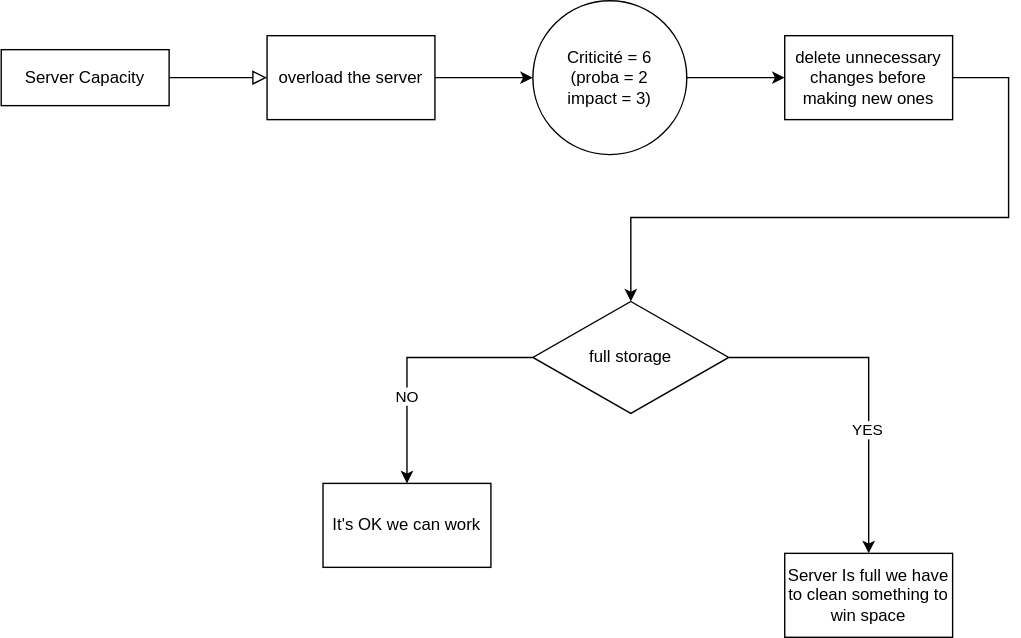
Earlier version of the draw.io export SAE S2_04.svg (nico38t/SAE-S2.04). Source tidied: cells renumbered, new cells last; positions are measured from the earlier drawing's top-left corner, leaving out a move shared by most shapes.
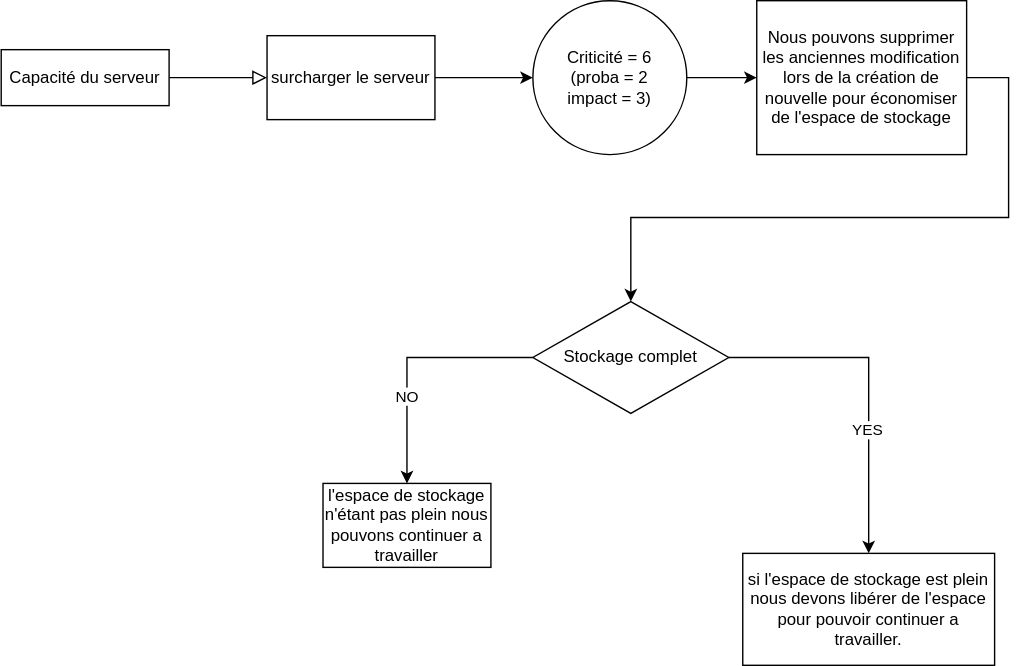
The same diagram one commit later.

Commit message:
Mettre à jour SAE S2_04.svg

Change to the diagram source:
```diff
@@ -5,10 +5,10 @@
     <mxCell id="2" style="rounded=0;html=1;jettySize=auto;fontSize=11;endArrow=block;endFill=0;endSize=8;strokeWidth=1;shadow=0;labelBackgroundColor=none;edgeStyle=orthogonalEdgeStyle;entryX=0;entryY=0.5;entryDx=0;entryDy=0;" parent="1" edge="1" source="3" target="4">
       <mxGeometry relative="1" as="geometry" />
     </mxCell>
-    <mxCell id="3" value="Server Capacity" style="rounded=1;whiteSpace=wrap;html=1;fontSize=12;glass=0;strokeWidth=1;shadow=0;arcSize=0;" parent="1" vertex="1">
+    <mxCell id="3" value="Capacité du serveur" style="rounded=1;whiteSpace=wrap;html=1;fontSize=12;glass=0;strokeWidth=1;shadow=0;arcSize=0;" parent="1" vertex="1">
       <mxGeometry y="35" width="120" height="40" as="geometry" />
     </mxCell>
-    <mxCell id="4" value="overload the server" style="rounded=0;whiteSpace=wrap;html=1;" parent="1" vertex="1">
+    <mxCell id="4" value="surcharger le serveur" style="rounded=0;whiteSpace=wrap;html=1;" parent="1" vertex="1">
       <mxGeometry x="190" y="25" width="120" height="60" as="geometry" />
     </mxCell>
     <mxCell id="5" value="Criticité = 6&lt;div&gt;(proba = 2&lt;/div&gt;&lt;div&gt;impact = 3)&lt;/div&gt;" style="ellipse;whiteSpace=wrap;html=1;" parent="1" vertex="1">
@@ -17,8 +17,8 @@
     <mxCell id="6" style="endArrow=classic;html=1;rounded=0;exitX=1;exitY=0.5;exitDx=0;exitDy=0;entryX=0;entryY=0.5;entryDx=0;entryDy=0;" parent="1" edge="1" source="4" target="5">
       <mxGeometry relative="1" as="geometry" />
     </mxCell>
-    <mxCell id="7" value="delete unnecessary changes before making new ones" style="rounded=0;whiteSpace=wrap;html=1;" parent="1" vertex="1">
-      <mxGeometry x="560" y="25" width="120" height="60" as="geometry" />
+    <mxCell id="7" value="Nous pouvons supprimer les anciennes modification lors de la création de nouvelle pour économiser de l'espace de stockage" style="rounded=0;whiteSpace=wrap;html=1;" parent="1" vertex="1">
+      <mxGeometry x="540" width="150" height="110" as="geometry" />
     </mxCell>
     <mxCell id="8" style="endArrow=classic;html=1;rounded=0;exitX=1;exitY=0.5;exitDx=0;exitDy=0;entryX=0;entryY=0.5;entryDx=0;entryDy=0;" parent="1" edge="1" source="5" target="7">
       <mxGeometry relative="1" as="geometry" />
@@ -34,7 +34,7 @@
         </Array>
       </mxGeometry>
     </mxCell>
-    <mxCell id="10" value="full storage" style="rhombus;whiteSpace=wrap;html=1;" parent="1" vertex="1">
+    <mxCell id="10" value="Stockage complet" style="rhombus;whiteSpace=wrap;html=1;" parent="1" vertex="1">
       <mxGeometry x="380" y="215" width="140" height="80" as="geometry" />
     </mxCell>
     <mxCell id="11" style="endArrow=classic;html=1;rounded=0;exitX=1;exitY=0.5;exitDx=0;exitDy=0;" parent="1" edge="1" source="10">
@@ -48,8 +48,8 @@
     <mxCell id="12" value="YES" style="edgeLabel;html=1;align=center;verticalAlign=middle;" parent="11" vertex="1">
       <mxGeometry x="0.27" y="-1" relative="1" as="geometry" />
     </mxCell>
-    <mxCell id="13" value="Server Is full we have to clean some&lt;span style=&quot;background-color: initial;&quot;&gt;thing to win space&lt;/span&gt;" style="rounded=0;whiteSpace=wrap;html=1;" parent="1" vertex="1">
-      <mxGeometry x="560" y="395" width="120" height="60" as="geometry" />
+    <mxCell id="13" value="si l'espace de stockage est plein nous devons libérer de l'espace pour pouvoir continuer a travailler." style="rounded=0;whiteSpace=wrap;html=1;" parent="1" vertex="1">
+      <mxGeometry x="530" y="395" width="180" height="80" as="geometry" />
     </mxCell>
     <mxCell id="14" style="endArrow=classic;html=1;rounded=0;exitX=0;exitY=0.5;exitDx=0;exitDy=0;exitPerimeter=0;" parent="1" edge="1" source="10">
       <mxGeometry relative="1" as="geometry">
@@ -62,7 +62,7 @@
     <mxCell id="15" value="NO" style="edgeLabel;html=1;align=center;verticalAlign=middle;" parent="14" vertex="1">
       <mxGeometry x="0.31" relative="1" as="geometry" />
     </mxCell>
-    <mxCell id="16" value="It's OK we can work" style="rounded=0;whiteSpace=wrap;html=1;" parent="1" vertex="1">
+    <mxCell id="16" value="l'espace de stockage n'étant pas plein nous pouvons continuer a travailler" style="rounded=0;whiteSpace=wrap;html=1;" parent="1" vertex="1">
       <mxGeometry x="230" y="345" width="120" height="60" as="geometry" />
     </mxCell>
   </root>
```
